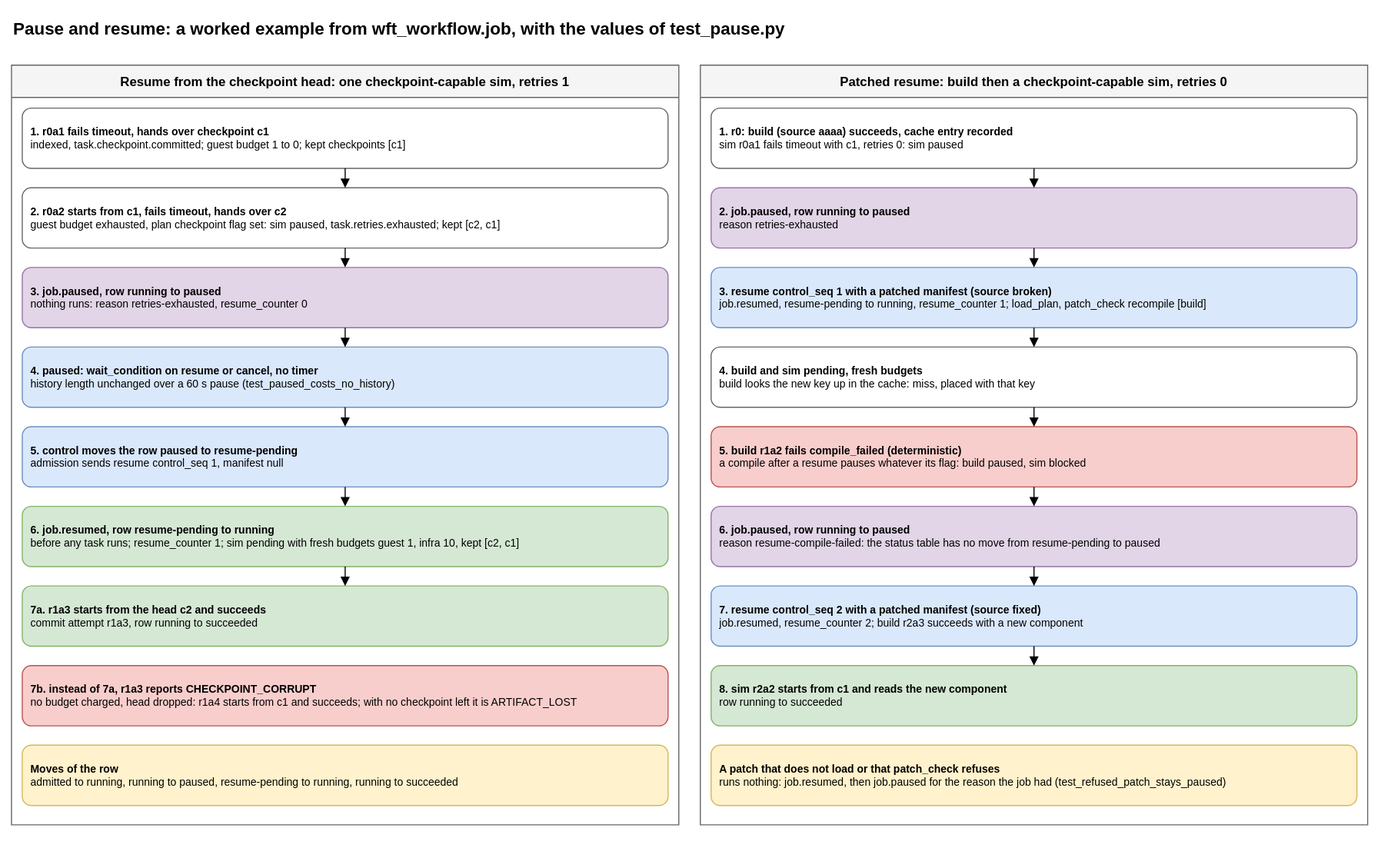
Before: packages/workflow/pause-resume.drawio.svg, a diagram exported from draw.io (AndoNorth/disyard). Source tidied: cells renumbered, new cells last; positions are measured from the earlier drawing's top-left corner, leaving out a move shared by most shapes. Source of this version:
```xml
<mxGraphModel>
  <root>
    <mxCell id="0" />
    <mxCell id="1" parent="0" />
    <mxCell id="2" value="Pause and resume: a worked example from wft_workflow.job, with the values of test_pause.py" style="text;html=1;fontSize=16;fontStyle=1;align=left;" parent="1" vertex="1">
      <mxGeometry width="1260" height="30" as="geometry" />
    </mxCell>
    <mxCell id="3" value="Resume from the checkpoint head: one checkpoint-capable sim, retries 1" style="swimlane;startSize=30;fillColor=#f5f5f5;strokeColor=#666666;fontStyle=1;" parent="1" vertex="1">
      <mxGeometry y="50" width="620" height="706" as="geometry" />
    </mxCell>
    <mxCell id="4" value="&lt;b&gt;1. r0a1 fails timeout, hands over checkpoint c1&lt;/b&gt;&lt;br&gt;indexed, task.checkpoint.committed; guest budget 1 to 0; kept checkpoints [c1]" style="rounded=1;whiteSpace=wrap;html=1;fontSize=10;align=left;spacingLeft=6;fillColor=#ffffff;strokeColor=#666666;" parent="3" vertex="1">
      <mxGeometry x="10" y="40" width="600" height="56" as="geometry" />
    </mxCell>
    <mxCell id="5" value="&lt;b&gt;2. r0a2 starts from c1, fails timeout, hands over c2&lt;/b&gt;&lt;br&gt;guest budget exhausted, plan checkpoint flag set: sim paused, task.retries.exhausted; kept [c2, c1]" style="rounded=1;whiteSpace=wrap;html=1;fontSize=10;align=left;spacingLeft=6;fillColor=#ffffff;strokeColor=#666666;" parent="3" vertex="1">
      <mxGeometry x="10" y="114" width="600" height="56" as="geometry" />
    </mxCell>
    <mxCell id="6" style="endArrow=block;html=1;" parent="3" edge="1" source="4" target="5">
      <mxGeometry relative="1" as="geometry" />
    </mxCell>
    <mxCell id="7" value="&lt;b&gt;3. job.paused, row running to paused&lt;/b&gt;&lt;br&gt;nothing runs: reason retries-exhausted, resume_counter 0" style="rounded=1;whiteSpace=wrap;html=1;fontSize=10;align=left;spacingLeft=6;fillColor=#e1d5e7;strokeColor=#9673a6;" parent="3" vertex="1">
      <mxGeometry x="10" y="188" width="600" height="56" as="geometry" />
    </mxCell>
    <mxCell id="8" style="endArrow=block;html=1;" parent="3" edge="1" source="5" target="7">
      <mxGeometry relative="1" as="geometry" />
    </mxCell>
    <mxCell id="9" value="&lt;b&gt;4. paused: wait_condition on resume or cancel, no timer&lt;/b&gt;&lt;br&gt;history length unchanged over a 60 s pause (test_paused_costs_no_history)" style="rounded=1;whiteSpace=wrap;html=1;fontSize=10;align=left;spacingLeft=6;fillColor=#dae8fc;strokeColor=#6c8ebf;" parent="3" vertex="1">
      <mxGeometry x="10" y="262" width="600" height="56" as="geometry" />
    </mxCell>
    <mxCell id="10" style="endArrow=block;html=1;" parent="3" edge="1" source="7" target="9">
      <mxGeometry relative="1" as="geometry" />
    </mxCell>
    <mxCell id="11" value="&lt;b&gt;5. control moves the row paused to resume-pending&lt;/b&gt;&lt;br&gt;admission sends resume control_seq 1, manifest null" style="rounded=1;whiteSpace=wrap;html=1;fontSize=10;align=left;spacingLeft=6;fillColor=#dae8fc;strokeColor=#6c8ebf;" parent="3" vertex="1">
      <mxGeometry x="10" y="336" width="600" height="56" as="geometry" />
    </mxCell>
    <mxCell id="12" style="endArrow=block;html=1;" parent="3" edge="1" source="9" target="11">
      <mxGeometry relative="1" as="geometry" />
    </mxCell>
    <mxCell id="13" value="&lt;b&gt;6. job.resumed, row resume-pending to running&lt;/b&gt;&lt;br&gt;before any task runs; resume_counter 1; sim pending with fresh budgets guest 1, infra 10, kept [c2, c1]" style="rounded=1;whiteSpace=wrap;html=1;fontSize=10;align=left;spacingLeft=6;fillColor=#d5e8d4;strokeColor=#82b366;" parent="3" vertex="1">
      <mxGeometry x="10" y="410" width="600" height="56" as="geometry" />
    </mxCell>
    <mxCell id="14" style="endArrow=block;html=1;" parent="3" edge="1" source="11" target="13">
      <mxGeometry relative="1" as="geometry" />
    </mxCell>
    <mxCell id="15" value="&lt;b&gt;7a. r1a3 starts from the head c2 and succeeds&lt;/b&gt;&lt;br&gt;commit attempt r1a3, row running to succeeded" style="rounded=1;whiteSpace=wrap;html=1;fontSize=10;align=left;spacingLeft=6;fillColor=#d5e8d4;strokeColor=#82b366;" parent="3" vertex="1">
      <mxGeometry x="10" y="484" width="600" height="56" as="geometry" />
    </mxCell>
    <mxCell id="16" style="endArrow=block;html=1;" parent="3" edge="1" source="13" target="15">
      <mxGeometry relative="1" as="geometry" />
    </mxCell>
    <mxCell id="17" value="&lt;b&gt;7b. instead of 7a, r1a3 reports CHECKPOINT_CORRUPT&lt;/b&gt;&lt;br&gt;no budget charged, head dropped: r1a4 starts from c1 and succeeds; with no checkpoint left it is ARTIFACT_LOST" style="rounded=1;whiteSpace=wrap;html=1;fontSize=10;align=left;spacingLeft=6;fillColor=#f8cecc;strokeColor=#b85450;" parent="3" vertex="1">
      <mxGeometry x="10" y="558" width="600" height="56" as="geometry" />
    </mxCell>
    <mxCell id="18" value="&lt;b&gt;Moves of the row&lt;/b&gt;&lt;br&gt;admitted to running, running to paused, resume-pending to running, running to succeeded" style="rounded=1;whiteSpace=wrap;html=1;fontSize=10;align=left;spacingLeft=6;fillColor=#fff2cc;strokeColor=#d6b656;" parent="3" vertex="1">
      <mxGeometry x="10" y="632" width="600" height="56" as="geometry" />
    </mxCell>
    <mxCell id="19" value="Patched resume: build then a checkpoint-capable sim, retries 0" style="swimlane;startSize=30;fillColor=#f5f5f5;strokeColor=#666666;fontStyle=1;" parent="1" vertex="1">
      <mxGeometry x="640" y="50" width="620" height="706" as="geometry" />
    </mxCell>
    <mxCell id="20" value="&lt;b&gt;1. r0: build (source aaaa) succeeds, cache entry recorded&lt;/b&gt;&lt;br&gt;sim r0a1 fails timeout with c1, retries 0: sim paused" style="rounded=1;whiteSpace=wrap;html=1;fontSize=10;align=left;spacingLeft=6;fillColor=#ffffff;strokeColor=#666666;" parent="19" vertex="1">
      <mxGeometry x="10" y="40" width="600" height="56" as="geometry" />
    </mxCell>
    <mxCell id="21" value="&lt;b&gt;2. job.paused, row running to paused&lt;/b&gt;&lt;br&gt;reason retries-exhausted" style="rounded=1;whiteSpace=wrap;html=1;fontSize=10;align=left;spacingLeft=6;fillColor=#e1d5e7;strokeColor=#9673a6;" parent="19" vertex="1">
      <mxGeometry x="10" y="114" width="600" height="56" as="geometry" />
    </mxCell>
    <mxCell id="22" style="endArrow=block;html=1;" parent="19" edge="1" source="20" target="21">
      <mxGeometry relative="1" as="geometry" />
    </mxCell>
    <mxCell id="23" value="&lt;b&gt;3. resume control_seq 1 with a patched manifest (source broken)&lt;/b&gt;&lt;br&gt;job.resumed, resume-pending to running, resume_counter 1; load_plan, patch_check recompile [build]" style="rounded=1;whiteSpace=wrap;html=1;fontSize=10;align=left;spacingLeft=6;fillColor=#dae8fc;strokeColor=#6c8ebf;" parent="19" vertex="1">
      <mxGeometry x="10" y="188" width="600" height="56" as="geometry" />
    </mxCell>
    <mxCell id="24" style="endArrow=block;html=1;" parent="19" edge="1" source="21" target="23">
      <mxGeometry relative="1" as="geometry" />
    </mxCell>
    <mxCell id="25" value="&lt;b&gt;4. build and sim pending, fresh budgets&lt;/b&gt;&lt;br&gt;build looks the new key up in the cache: miss, placed with that key" style="rounded=1;whiteSpace=wrap;html=1;fontSize=10;align=left;spacingLeft=6;fillColor=#ffffff;strokeColor=#666666;" parent="19" vertex="1">
      <mxGeometry x="10" y="262" width="600" height="56" as="geometry" />
    </mxCell>
    <mxCell id="26" style="endArrow=block;html=1;" parent="19" edge="1" source="23" target="25">
      <mxGeometry relative="1" as="geometry" />
    </mxCell>
    <mxCell id="27" value="&lt;b&gt;5. build r1a2 fails compile_failed (deterministic)&lt;/b&gt;&lt;br&gt;a compile after a resume pauses whatever its flag: build paused, sim blocked" style="rounded=1;whiteSpace=wrap;html=1;fontSize=10;align=left;spacingLeft=6;fillColor=#f8cecc;strokeColor=#b85450;" parent="19" vertex="1">
      <mxGeometry x="10" y="336" width="600" height="56" as="geometry" />
    </mxCell>
    <mxCell id="28" style="endArrow=block;html=1;" parent="19" edge="1" source="25" target="27">
      <mxGeometry relative="1" as="geometry" />
    </mxCell>
    <mxCell id="29" value="&lt;b&gt;6. job.paused, row running to paused&lt;/b&gt;&lt;br&gt;reason resume-compile-failed: the status table has no move from resume-pending to paused" style="rounded=1;whiteSpace=wrap;html=1;fontSize=10;align=left;spacingLeft=6;fillColor=#e1d5e7;strokeColor=#9673a6;" parent="19" vertex="1">
      <mxGeometry x="10" y="410" width="600" height="56" as="geometry" />
    </mxCell>
    <mxCell id="30" style="endArrow=block;html=1;" parent="19" edge="1" source="27" target="29">
      <mxGeometry relative="1" as="geometry" />
    </mxCell>
    <mxCell id="31" value="&lt;b&gt;7. resume control_seq 2 with a patched manifest (source fixed)&lt;/b&gt;&lt;br&gt;job.resumed, resume_counter 2; build r2a3 succeeds with a new component" style="rounded=1;whiteSpace=wrap;html=1;fontSize=10;align=left;spacingLeft=6;fillColor=#dae8fc;strokeColor=#6c8ebf;" parent="19" vertex="1">
      <mxGeometry x="10" y="484" width="600" height="56" as="geometry" />
    </mxCell>
    <mxCell id="32" style="endArrow=block;html=1;" parent="19" edge="1" source="29" target="31">
      <mxGeometry relative="1" as="geometry" />
    </mxCell>
    <mxCell id="33" value="&lt;b&gt;8. sim r2a2 starts from c1 and reads the new component&lt;/b&gt;&lt;br&gt;row running to succeeded" style="rounded=1;whiteSpace=wrap;html=1;fontSize=10;align=left;spacingLeft=6;fillColor=#d5e8d4;strokeColor=#82b366;" parent="19" vertex="1">
      <mxGeometry x="10" y="558" width="600" height="56" as="geometry" />
    </mxCell>
    <mxCell id="34" style="endArrow=block;html=1;" parent="19" edge="1" source="31" target="33">
      <mxGeometry relative="1" as="geometry" />
    </mxCell>
    <mxCell id="35" value="&lt;b&gt;A patch that does not load or that patch_check refuses&lt;/b&gt;&lt;br&gt;runs nothing: job.resumed, then job.paused for the reason the job had (test_refused_patch_stays_paused)" style="rounded=1;whiteSpace=wrap;html=1;fontSize=10;align=left;spacingLeft=6;fillColor=#fff2cc;strokeColor=#d6b656;" parent="19" vertex="1">
      <mxGeometry x="10" y="632" width="600" height="56" as="geometry" />
    </mxCell>
  </root>
</mxGraphModel>
```
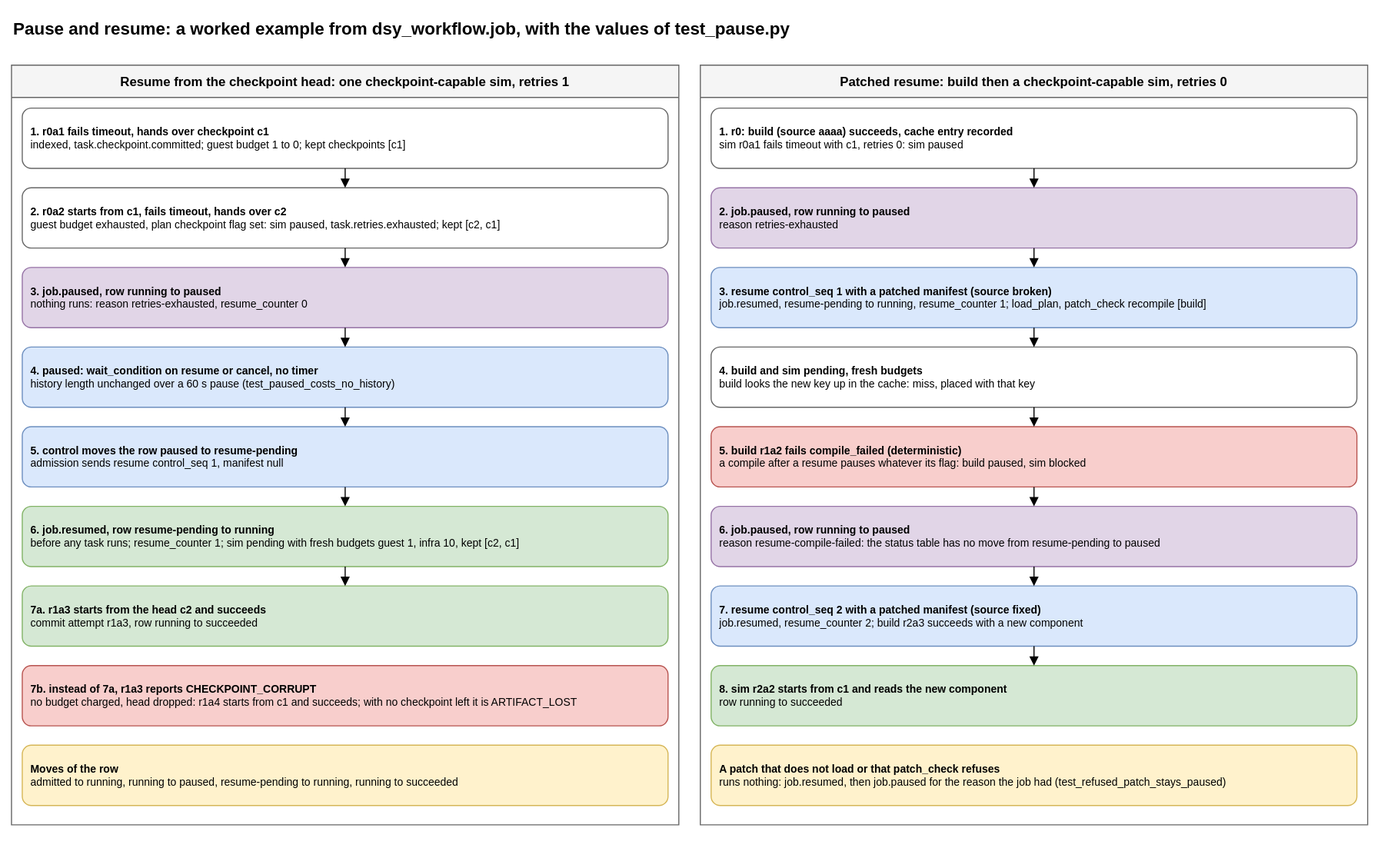
The same diagram one commit later.

Change to the diagram source:
```diff
@@ -2,7 +2,7 @@
   <root>
     <mxCell id="0" />
     <mxCell id="1" parent="0" />
-    <mxCell id="2" value="Pause and resume: a worked example from wft_workflow.job, with the values of test_pause.py" style="text;html=1;fontSize=16;fontStyle=1;align=left;" parent="1" vertex="1">
+    <mxCell id="2" value="Pause and resume: a worked example from dsy_workflow.job, with the values of test_pause.py" style="text;html=1;fontSize=16;fontStyle=1;align=left;" parent="1" vertex="1">
       <mxGeometry width="1260" height="30" as="geometry" />
     </mxCell>
     <mxCell id="3" value="Resume from the checkpoint head: one checkpoint-capable sim, retries 1" style="swimlane;startSize=30;fillColor=#f5f5f5;strokeColor=#666666;fontStyle=1;" parent="1" vertex="1">
```
